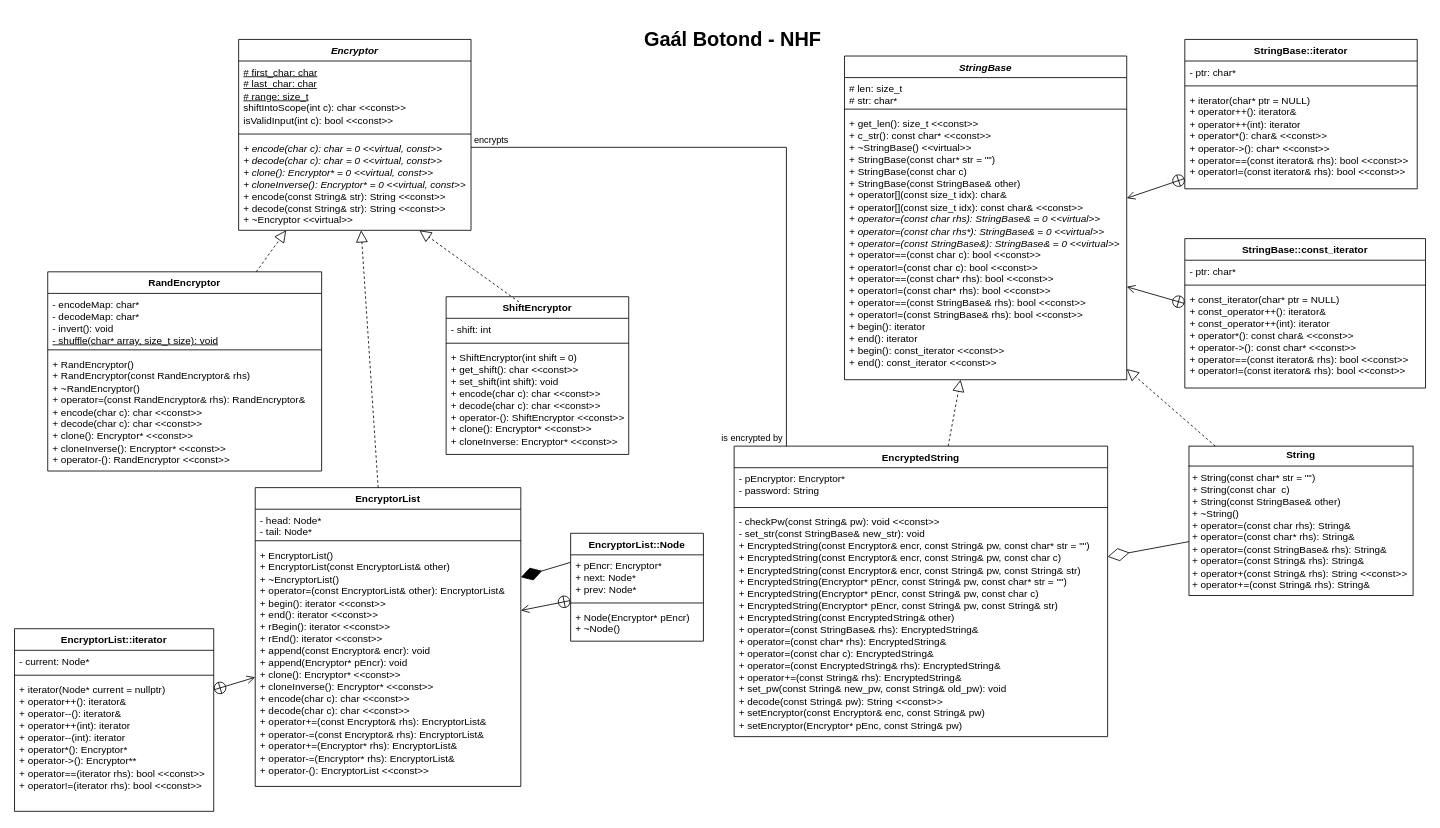
Before: uml.drawio in gaalb/NHF2, a draw.io diagram. Source tidied: cells renumbered, new cells numbered last; positions are measured from the earlier drawing's top-left corner, leaving out a move shared by most shapes. Both pictures are drawn from the tidied source at 83%, with x=0, y=0 at pixel (14, 22).
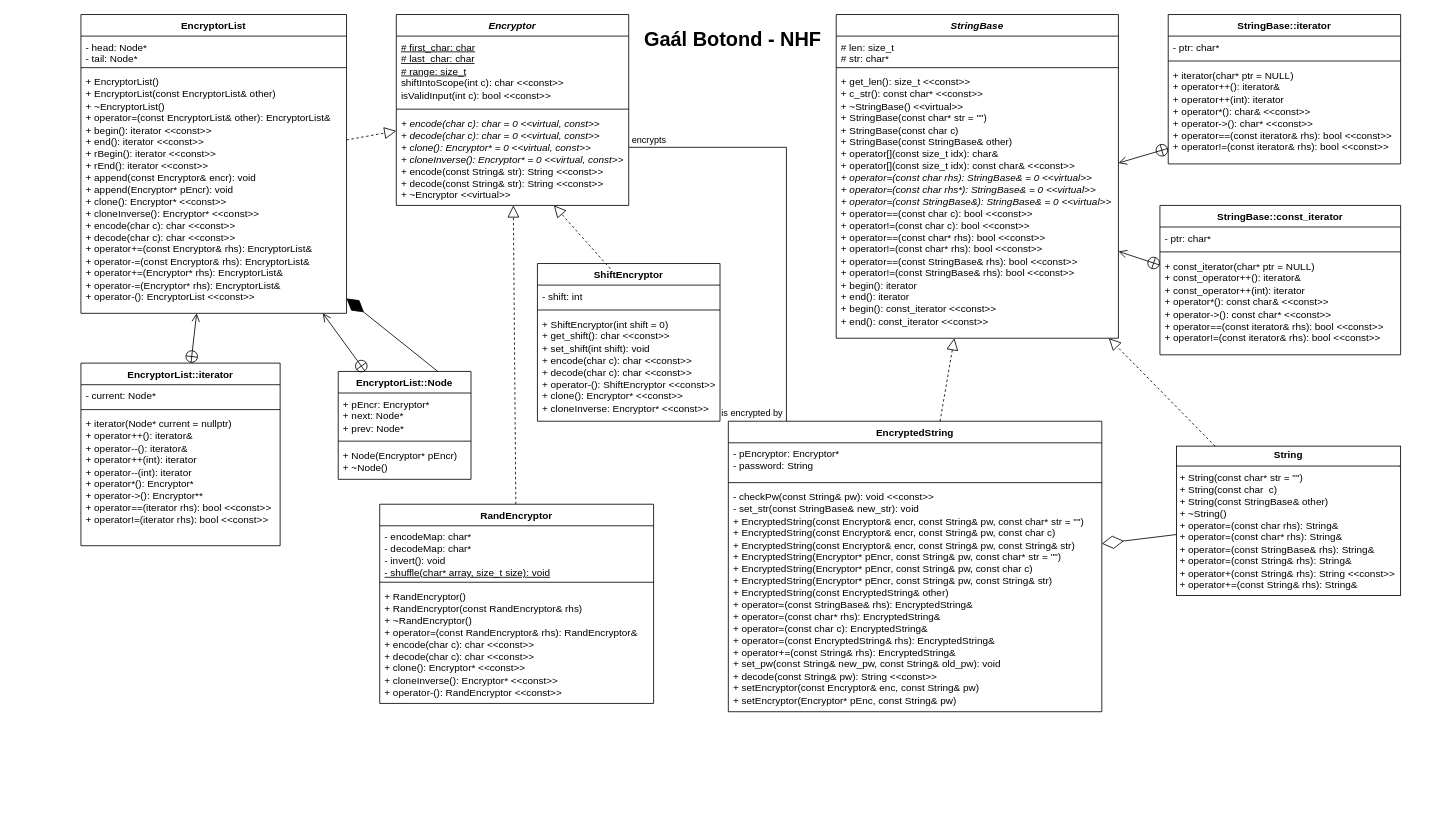
The same diagram, later.

Unchanged cells that the change refers to:
```xml
<mxCell id="41" value="+ EncryptorList()&lt;div&gt;+ EncryptorList(const EncryptorList&amp;amp; other)&lt;/div&gt;&lt;div&gt;+ ~EncryptorList()&lt;/div&gt;&lt;div&gt;+ operator=(const EncryptorList&amp;amp; other): EncryptorList&amp;amp;&lt;/div&gt;&lt;div&gt;+ begin(): iterator &amp;lt;&amp;lt;const&amp;gt;&amp;gt;&lt;/div&gt;&lt;div&gt;+ end(): iterator &amp;lt;&amp;lt;const&amp;gt;&amp;gt;&lt;/div&gt;&lt;div&gt;+ rBegin(): iterator &amp;lt;&amp;lt;const&amp;gt;&amp;gt;&lt;/div&gt;&lt;div&gt;+ rEnd(): iterator &amp;lt;&amp;lt;const&amp;gt;&amp;gt;&lt;/div&gt;&lt;div&gt;+ append(const Encryptor&amp;amp; encr): void&lt;/div&gt;&lt;div&gt;+ append(Encryptor* pEncr): void&lt;/div&gt;&lt;div&gt;+ clone(): Encryptor* &amp;lt;&amp;lt;const&amp;gt;&amp;gt;&lt;/div&gt;&lt;div&gt;+ cloneInverse(): Encryptor* &amp;lt;&amp;lt;const&amp;gt;&amp;gt;&lt;/div&gt;&lt;div&gt;+ encode(char c): char &amp;lt;&amp;lt;const&amp;gt;&amp;gt;&lt;/div&gt;&lt;div&gt;+ decode(char c): char &amp;lt;&amp;lt;const&amp;gt;&amp;gt;&lt;/div&gt;&lt;div&gt;+ operator+=(const Encryptor&amp;amp; rhs): EncryptorList&amp;amp;&lt;/div&gt;&lt;div&gt;+ operator-=(const Encryptor&amp;amp; rhs): EncryptorList&amp;amp;&lt;/div&gt;&lt;div&gt;+ operator+=(Encryptor* rhs): EncryptorList&amp;amp;&lt;/div&gt;&lt;div&gt;+ operator-=(Encryptor* rhs): EncryptorList&amp;amp;&lt;/div&gt;&lt;div&gt;+ operator-(): EncryptorList &amp;lt;&amp;lt;const&amp;gt;&amp;gt;&lt;/div&gt;" style="text;strokeColor=none;fillColor=none;align=left;verticalAlign=top;spacingLeft=4;spacingRight=4;overflow=hidden;points=[[0,0.5],[1,0.5]];portConstraint=eastwest;whiteSpace=wrap;html=1;" parent="38" vertex="1">
  <mxGeometry y="68" width="320" height="292" as="geometry" />
</mxCell>
```

What changed in the source:
```diff
@@
     <mxCell id="3" value="&lt;i&gt;StringBase&lt;/i&gt;" style="swimlane;fontStyle=1;align=center;verticalAlign=top;horizontal=1;startSize=26;whiteSpace=wrap;html=1;" parent="1" vertex="1">
-      <mxGeometry x="1000" y="40" width="340" height="390" as="geometry" />
+      <mxGeometry x="990" y="-10" width="340" height="390" as="geometry" />
     </mxCell>
@@
     <mxCell id="7" value="StringBase::iterator" style="swimlane;fontStyle=1;align=center;verticalAlign=top;horizontal=1;startSize=26;whiteSpace=wrap;html=1;" parent="1" vertex="1">
-      <mxGeometry x="1410" y="20" width="280" height="180" as="geometry" />
+      <mxGeometry x="1390" y="-10" width="280" height="180" as="geometry" />
     </mxCell>
@@
     <mxCell id="11" value="StringBase::const_iterator" style="swimlane;fontStyle=1;align=center;verticalAlign=top;horizontal=1;startSize=26;whiteSpace=wrap;html=1;" parent="1" vertex="1">
-      <mxGeometry x="1410" y="260" width="290" height="180" as="geometry" />
+      <mxGeometry x="1380" y="220" width="290" height="180" as="geometry" />
     </mxCell>
@@
     <mxCell id="15" value="&lt;p style=&quot;margin:0px;margin-top:4px;text-align:center;&quot;&gt;&lt;b&gt;String&lt;/b&gt;&lt;/p&gt;&lt;hr size=&quot;1&quot; style=&quot;border-style:solid;&quot;&gt;&lt;p style=&quot;margin:0px;margin-left:4px;&quot;&gt;&lt;/p&gt;&lt;p style=&quot;margin:0px;margin-left:4px;&quot;&gt;+ String(const char* str = &quot;&quot;)&lt;/p&gt;&lt;p style=&quot;margin:0px;margin-left:4px;&quot;&gt;+ String(const char&amp;nbsp; c)&lt;/p&gt;&lt;p style=&quot;margin:0px;margin-left:4px;&quot;&gt;+ String(const StringBase&amp;amp; other)&lt;/p&gt;&lt;p style=&quot;margin:0px;margin-left:4px;&quot;&gt;+ ~String()&lt;/p&gt;&lt;p style=&quot;margin:0px;margin-left:4px;&quot;&gt;+ operator=(const char rhs): String&amp;amp;&lt;/p&gt;&lt;p style=&quot;margin:0px;margin-left:4px;&quot;&gt;+ operator=(const char* rhs): String&amp;amp;&lt;br&gt;&lt;/p&gt;&lt;p style=&quot;margin:0px;margin-left:4px;&quot;&gt;+ operator=(const StringBase&amp;amp; rhs): String&amp;amp;&lt;br&gt;&lt;/p&gt;&lt;p style=&quot;margin:0px;margin-left:4px;&quot;&gt;+ operator=(const String&amp;amp; rhs): String&amp;amp;&lt;/p&gt;&lt;p style=&quot;margin:0px;margin-left:4px;&quot;&gt;+ operator+(const String&amp;amp; rhs): String &amp;lt;&amp;lt;const&amp;gt;&amp;gt;&lt;/p&gt;&lt;p style=&quot;margin:0px;margin-left:4px;&quot;&gt;+ operator+=(const String&amp;amp; rhs): String&amp;amp;&lt;/p&gt;" style="verticalAlign=top;align=left;overflow=fill;html=1;whiteSpace=wrap;" parent="1" vertex="1">
-      <mxGeometry x="1415" y="510" width="270" height="180" as="geometry" />
+      <mxGeometry x="1400" y="510" width="270" height="180" as="geometry" />
     </mxCell>
@@
     <mxCell id="19" value="EncryptedString" style="swimlane;fontStyle=1;align=center;verticalAlign=top;horizontal=1;startSize=26;whiteSpace=wrap;html=1;" parent="1" vertex="1">
-      <mxGeometry x="867" y="510" width="450" height="350" as="geometry" />
+      <mxGeometry x="860" y="480" width="450" height="350" as="geometry" />
     </mxCell>
@@
     <mxCell id="24" value="&lt;i&gt;Encryptor&lt;/i&gt;" style="swimlane;fontStyle=1;align=center;verticalAlign=top;horizontal=1;startSize=26;whiteSpace=wrap;html=1;" parent="1" vertex="1">
-      <mxGeometry x="270" y="20" width="280" height="230" as="geometry" />
+      <mxGeometry x="460" y="-10" width="280" height="230" as="geometry" />
     </mxCell>
@@
     <mxCell id="28" value="ShiftEncryptor" style="swimlane;fontStyle=1;align=center;verticalAlign=top;horizontal=1;startSize=26;whiteSpace=wrap;html=1;" parent="1" vertex="1">
-      <mxGeometry x="520" y="330" width="220" height="190" as="geometry" />
+      <mxGeometry x="630" y="290" width="220" height="190" as="geometry" />
     </mxCell>
@@
     <mxCell id="33" value="RandEncryptor" style="swimlane;fontStyle=1;align=center;verticalAlign=top;horizontal=1;startSize=26;whiteSpace=wrap;html=1;" parent="1" vertex="1">
-      <mxGeometry x="40" y="300" width="330" height="240" as="geometry" />
+      <mxGeometry x="440" y="580" width="330" height="240" as="geometry" />
     </mxCell>
@@
     <mxCell id="38" value="EncryptorList" style="swimlane;fontStyle=1;align=center;verticalAlign=top;horizontal=1;startSize=26;whiteSpace=wrap;html=1;" parent="1" vertex="1">
-      <mxGeometry x="290" y="560" width="320" height="360" as="geometry" />
+      <mxGeometry x="80" y="-10" width="320" height="360" as="geometry" />
     </mxCell>
@@
     <mxCell id="46" value="EncryptorList::iterator" style="swimlane;fontStyle=1;align=center;verticalAlign=top;horizontal=1;startSize=26;whiteSpace=wrap;html=1;" parent="1" vertex="1">
-      <mxGeometry y="730" width="240" height="220" as="geometry" />
+      <mxGeometry x="80" y="410" width="240" height="220" as="geometry" />
     </mxCell>
@@
     <mxCell id="50" value="EncryptorList::Node" style="swimlane;fontStyle=1;align=center;verticalAlign=top;horizontal=1;startSize=26;whiteSpace=wrap;html=1;" parent="1" vertex="1">
-      <mxGeometry x="670" y="615" width="160" height="130" as="geometry" />
+      <mxGeometry x="390" y="420" width="160" height="130" as="geometry" />
     </mxCell>
@@
-    <mxCell id="56" style="endArrow=diamondThin;endFill=1;endSize=24;html=1;rounded=0;" parent="1" edge="1">
-      <mxGeometry relative="1" as="geometry">
-        <mxPoint x="670" y="650" as="sourcePoint" />
-        <mxPoint x="610" y="668" as="targetPoint" />
-      </mxGeometry>
+    <mxCell id="56" style="endArrow=diamondThin;endFill=1;endSize=24;html=1;rounded=0;exitX=0.75;exitY=0;exitDx=0;exitDy=0;" parent="1" edge="1" source="50" target="41">
+      <mxGeometry relative="1" as="geometry" />
     </mxCell>
```
